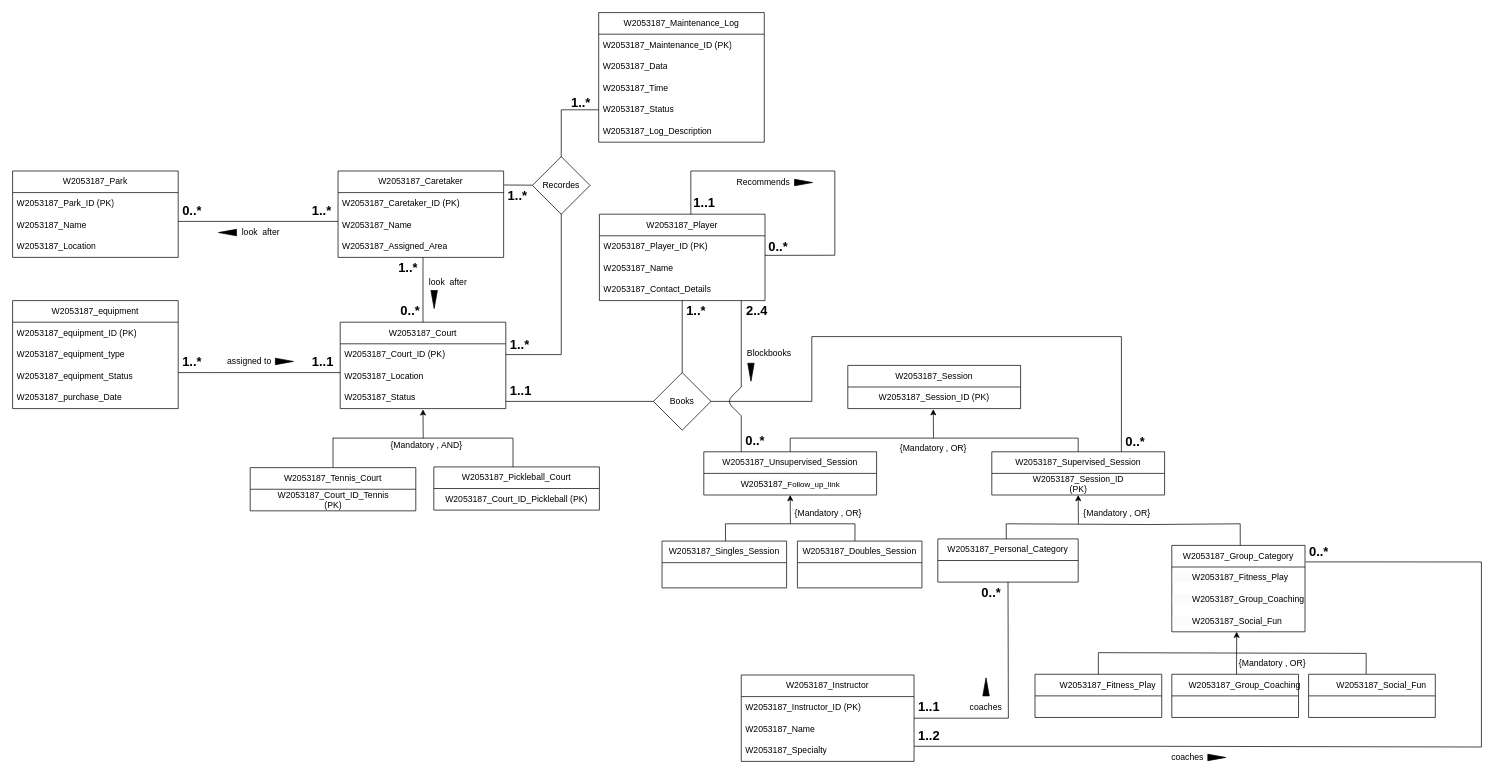
Before: Actual_Diagram.drawio in ShenalSen/24_5COSC020_CWK, a draw.io diagram. Source tidied: cells renumbered, new cells numbered last; positions are measured from the earlier drawing's top-left corner, leaving out a move shared by most shapes. Both pictures are drawn from the tidied source at 72%, with x=0, y=0 at pixel (12, 12).
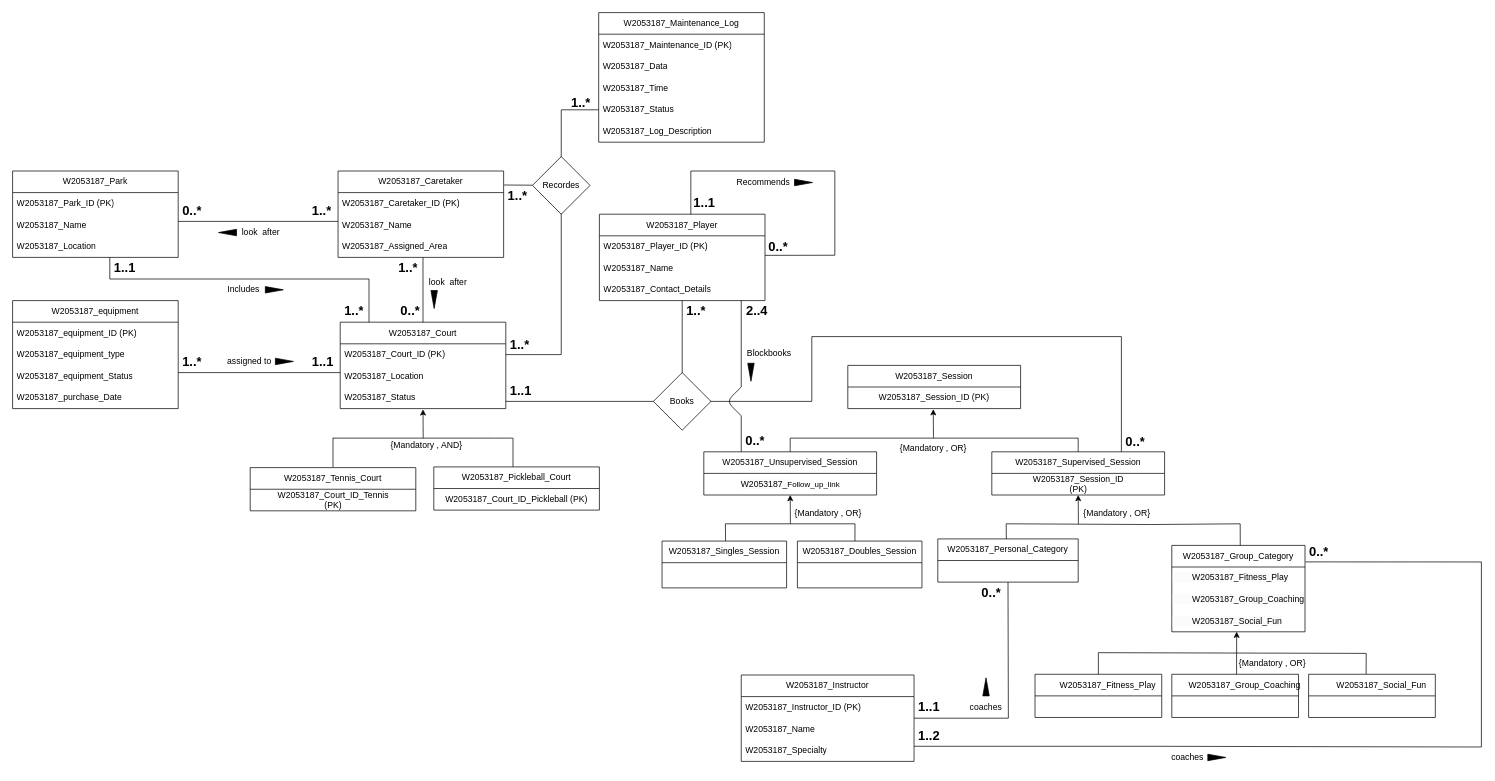
The same page after the edit.

The change refers to these unchanged cells:
```xml
<mxCell id="32" value="W2053187_Court" style="swimlane;fontStyle=0;horizontal=1;startSize=30;whiteSpace=wrap;html=1;" parent="1" vertex="1">
  <mxGeometry x="455" y="430" width="230" height="120" as="geometry" />
</mxCell>
<mxCell id="40" value="W2053187_Park" style="swimlane;fontStyle=0;horizontal=1;startSize=30;whiteSpace=wrap;html=1;" parent="1" vertex="1">
  <mxGeometry y="220" width="230" height="120" as="geometry" />
</mxCell>
```

The edit, as a diff of the source:
```diff
@@
+    <mxCell id="123" style="endArrow=none;html=1;rounded=0;entryX=0.174;entryY=0;entryDx=0;entryDy=0;entryPerimeter=0;" parent="40" edge="1" target="32">
+      <mxGeometry relative="1" as="geometry">
+        <mxPoint x="135" y="120" as="sourcePoint" />
+        <Array as="points">
+          <mxPoint x="135" y="150" />
+          <mxPoint x="495" y="150" />
+        </Array>
+      </mxGeometry>
+    </mxCell>
@@
+    <mxCell id="124" value="Includes" style="text;html=1;align=center;verticalAlign=middle;whiteSpace=wrap;rounded=0;" parent="1" vertex="1">
+      <mxGeometry x="286" y="370" width="70" height="30" as="geometry" />
+    </mxCell>
+    <mxCell id="125" style="triangle;whiteSpace=wrap;html=1;rotation=0;fillColor=#000000;" parent="1" vertex="1">
+      <mxGeometry x="351" y="380.5" width="25" height="9" as="geometry" />
+    </mxCell>
+    <mxCell id="126" value="&lt;b&gt;&lt;font style=&quot;font-size: 18px;&quot;&gt;1..*&lt;/font&gt;&lt;/b&gt;" style="text;strokeColor=none;fillColor=none;align=left;verticalAlign=middle;spacingLeft=4;spacingRight=4;overflow=hidden;whiteSpace=wrap;html=1;" parent="1" vertex="1">
+      <mxGeometry x="455" y="400" width="50" height="30" as="geometry" />
+    </mxCell>
+    <mxCell id="127" value="&lt;b&gt;&lt;font style=&quot;font-size: 18px;&quot;&gt;1..1&lt;/font&gt;&lt;/b&gt;" style="text;strokeColor=none;fillColor=none;align=left;verticalAlign=middle;spacingLeft=4;spacingRight=4;overflow=hidden;whiteSpace=wrap;html=1;" parent="1" vertex="1">
+      <mxGeometry x="135" y="340" width="50" height="30" as="geometry" />
+    </mxCell>
```
